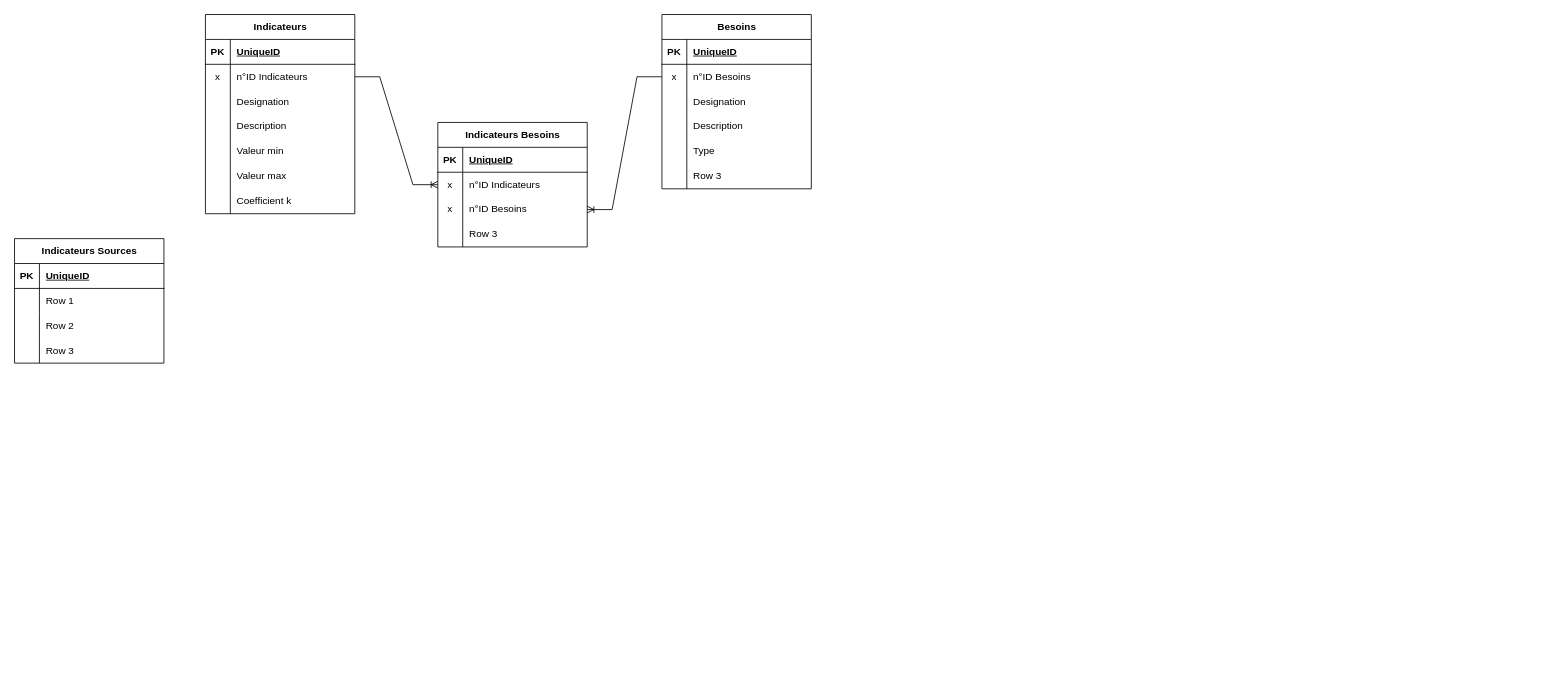
Earlier version of the draw.io diagram MCD Diag360.drawio (Konsilion/konsilion-drive). Source tidied: cells renumbered, new cells numbered last; positions are measured from the earlier drawing's top-left corner, leaving out a move shared by most shapes. Both pictures are drawn from the tidied source at 83%, with x=0, y=0 at pixel (14, 14).
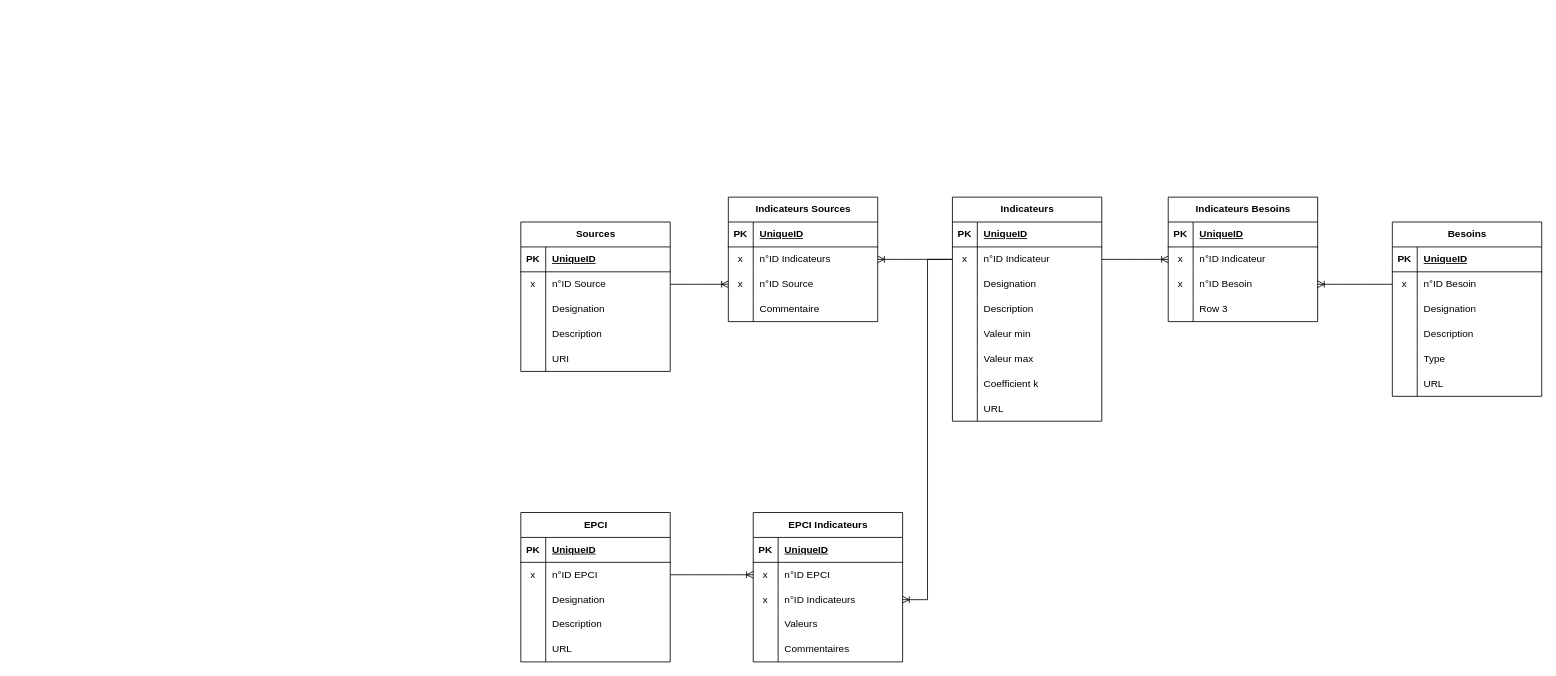
Above is the later version.

Commit message (it also covers changes not shown here):
Mettre à jour MCD Diag360.drawio

Unchanged cells that the change refers to:
```xml
<mxCell id="6" style="shape=tableRow;horizontal=0;startSize=0;swimlaneHead=0;swimlaneBody=0;fillColor=none;points=[[0,0.5],[1,0.5]];portConstraint=eastwest;top=0;left=0;right=0;bottom=0;" parent="2" vertex="1">
  <mxGeometry y="60" width="180" height="30" as="geometry" />
</mxCell>
<mxCell id="28" style="shape=tableRow;horizontal=0;startSize=0;swimlaneHead=0;swimlaneBody=0;fillColor=none;points=[[0,0.5],[1,0.5]];portConstraint=eastwest;top=0;left=0;right=0;bottom=0;" parent="24" vertex="1">
  <mxGeometry y="60" width="180" height="30" as="geometry" />
</mxCell>
<mxCell id="40" style="shape=tableRow;horizontal=0;startSize=0;swimlaneHead=0;swimlaneBody=0;fillColor=none;top=0;left=0;right=0;bottom=0;" parent="24" vertex="1">
  <mxGeometry y="180" width="180" height="30" as="geometry" />
</mxCell>
<mxCell id="47" style="shape=tableRow;horizontal=0;startSize=0;swimlaneHead=0;swimlaneBody=0;fillColor=none;points=[[0,0.5],[1,0.5]];portConstraint=eastwest;top=0;left=0;right=0;bottom=0;" parent="43" vertex="1">
  <mxGeometry y="60" width="180" height="30" as="geometry" />
</mxCell>
<mxCell id="50" style="shape=tableRow;horizontal=0;startSize=0;swimlaneHead=0;swimlaneBody=0;fillColor=none;points=[[0,0.5],[1,0.5]];portConstraint=eastwest;top=0;left=0;right=0;bottom=0;" parent="43" vertex="1">
  <mxGeometry y="90" width="180" height="30" as="geometry" />
</mxCell>
<mxCell id="60" style="shape=tableRow;horizontal=0;startSize=0;swimlaneHead=0;swimlaneBody=0;fillColor=none;points=[[0,0.5],[1,0.5]];portConstraint=eastwest;top=0;left=0;right=0;bottom=0;" parent="56" vertex="1">
  <mxGeometry y="60" width="180" height="30" as="geometry" />
</mxCell>
<mxCell id="63" style="shape=tableRow;horizontal=0;startSize=0;swimlaneHead=0;swimlaneBody=0;fillColor=none;points=[[0,0.5],[1,0.5]];portConstraint=eastwest;top=0;left=0;right=0;bottom=0;" parent="56" vertex="1">
  <mxGeometry y="90" width="180" height="30" as="geometry" />
</mxCell>
<mxCell id="66" style="shape=tableRow;horizontal=0;startSize=0;swimlaneHead=0;swimlaneBody=0;fillColor=none;top=0;left=0;right=0;bottom=0;" parent="56" vertex="1">
  <mxGeometry y="120" width="180" height="30" as="geometry" />
</mxCell>
```

The edit, as a diff of the source:
```diff
@@
     <mxCell id="2" value="Indicateurs" style="shape=table;startSize=30;childLayout=tableLayout;rowLines=0;fontStyle=1;align=center;html=1;" parent="1" vertex="1">
-      <mxGeometry x="230" width="180" height="240" as="geometry" />
+      <mxGeometry x="1130" y="220" width="180" height="270" as="geometry" />
     </mxCell>
@@
-    <mxCell id="8" value="n°ID Indicateurs" style="shape=partialRectangle;fillColor=none;top=0;left=0;bottom=0;right=0;align=left;spacingLeft=6;overflow=hidden;whiteSpace=wrap;html=1;" parent="6" vertex="1">
+    <mxCell id="8" value="n°ID Indicateur" style="shape=partialRectangle;fillColor=none;top=0;left=0;bottom=0;right=0;align=left;spacingLeft=6;overflow=hidden;whiteSpace=wrap;html=1;" parent="6" vertex="1">
       <mxGeometry x="30" width="150" height="30" as="geometry" />
     </mxCell>
@@
+    <mxCell id="71" style="shape=tableRow;horizontal=0;startSize=0;swimlaneHead=0;swimlaneBody=0;fillColor=none;top=0;left=0;right=0;bottom=0;" parent="2" vertex="1">
+      <mxGeometry y="240" width="180" height="30" as="geometry" />
+    </mxCell>
+    <mxCell id="72" style="shape=partialRectangle;fillColor=none;top=0;left=0;bottom=0;right=0;overflow=hidden;whiteSpace=wrap;html=1;" parent="71" vertex="1">
+      <mxGeometry width="30" height="30" as="geometry" />
+    </mxCell>
+    <mxCell id="73" value="URL" style="shape=partialRectangle;fillColor=none;top=0;left=0;bottom=0;right=0;align=left;spacingLeft=6;overflow=hidden;whiteSpace=wrap;html=1;" parent="71" vertex="1">
+      <mxGeometry x="30" width="150" height="30" as="geometry" />
+    </mxCell>
     <mxCell id="24" value="Besoins" style="shape=table;startSize=30;childLayout=tableLayout;rowLines=0;fontStyle=1;align=center;html=1;" parent="1" vertex="1">
-      <mxGeometry x="780" width="180" height="210" as="geometry" />
+      <mxGeometry x="1660" y="250" width="180" height="210" as="geometry" />
     </mxCell>
@@
-    <mxCell id="30" value="n°ID Besoins" style="shape=partialRectangle;fillColor=none;top=0;left=0;bottom=0;right=0;align=left;spacingLeft=6;overflow=hidden;whiteSpace=wrap;html=1;" parent="28" vertex="1">
+    <mxCell id="30" value="n°ID Besoin" style="shape=partialRectangle;fillColor=none;top=0;left=0;bottom=0;right=0;align=left;spacingLeft=6;overflow=hidden;whiteSpace=wrap;html=1;" parent="28" vertex="1">
       <mxGeometry x="30" width="150" height="30" as="geometry" />
     </mxCell>
@@
-    <mxCell id="42" value="Row 3" style="shape=partialRectangle;fillColor=none;top=0;left=0;bottom=0;right=0;align=left;spacingLeft=6;overflow=hidden;whiteSpace=wrap;html=1;" parent="40" vertex="1">
+    <mxCell id="42" value="URL" style="shape=partialRectangle;fillColor=none;top=0;left=0;bottom=0;right=0;align=left;spacingLeft=6;overflow=hidden;whiteSpace=wrap;html=1;" parent="40" vertex="1">
       <mxGeometry x="30" width="150" height="30" as="geometry" />
     </mxCell>
     <mxCell id="43" value="Indicateurs Besoins" style="shape=table;startSize=30;childLayout=tableLayout;rowLines=0;fontStyle=1;align=center;html=1;" parent="1" vertex="1">
-      <mxGeometry x="510" y="130" width="180" height="150" as="geometry" />
+      <mxGeometry x="1390" y="220" width="180" height="150" as="geometry" />
     </mxCell>
@@
-    <mxCell id="49" value="n°ID Indicateurs" style="shape=partialRectangle;fillColor=none;top=0;left=0;bottom=0;right=0;align=left;spacingLeft=6;overflow=hidden;whiteSpace=wrap;html=1;" parent="47" vertex="1">
+    <mxCell id="49" value="n°ID Indicateur" style="shape=partialRectangle;fillColor=none;top=0;left=0;bottom=0;right=0;align=left;spacingLeft=6;overflow=hidden;whiteSpace=wrap;html=1;" parent="47" vertex="1">
       <mxGeometry x="30" width="150" height="30" as="geometry" />
     </mxCell>
@@
-    <mxCell id="52" value="n°ID Besoins" style="shape=partialRectangle;fillColor=none;top=0;left=0;bottom=0;right=0;align=left;spacingLeft=6;overflow=hidden;whiteSpace=wrap;html=1;" parent="50" vertex="1">
+    <mxCell id="52" value="n°ID Besoin" style="shape=partialRectangle;fillColor=none;top=0;left=0;bottom=0;right=0;align=left;spacingLeft=6;overflow=hidden;whiteSpace=wrap;html=1;" parent="50" vertex="1">
       <mxGeometry x="30" width="150" height="30" as="geometry" />
     </mxCell>
@@
     <mxCell id="56" value="Indicateurs Sources" style="shape=table;startSize=30;childLayout=tableLayout;rowLines=0;fontStyle=1;align=center;html=1;" parent="1" vertex="1">
-      <mxGeometry y="270" width="180" height="150" as="geometry" />
+      <mxGeometry x="860" y="220" width="180" height="150" as="geometry" />
     </mxCell>
@@
-    <mxCell id="61" style="shape=partialRectangle;fillColor=none;top=0;left=0;bottom=0;right=0;overflow=hidden;whiteSpace=wrap;html=1;" parent="60" vertex="1">
+    <mxCell id="61" value="x" style="shape=partialRectangle;fillColor=none;top=0;left=0;bottom=0;right=0;overflow=hidden;whiteSpace=wrap;html=1;" parent="60" vertex="1">
       <mxGeometry width="30" height="30" as="geometry" />
     </mxCell>
-    <mxCell id="62" value="Row 1" style="shape=partialRectangle;fillColor=none;top=0;left=0;bottom=0;right=0;align=left;spacingLeft=6;overflow=hidden;whiteSpace=wrap;html=1;" parent="60" vertex="1">
+    <mxCell id="62" value="n°ID Indicateurs" style="shape=partialRectangle;fillColor=none;top=0;left=0;bottom=0;right=0;align=left;spacingLeft=6;overflow=hidden;whiteSpace=wrap;html=1;" parent="60" vertex="1">
       <mxGeometry x="30" width="150" height="30" as="geometry" />
     </mxCell>
@@
-    <mxCell id="64" style="shape=partialRectangle;fillColor=none;top=0;left=0;bottom=0;right=0;overflow=hidden;whiteSpace=wrap;html=1;" parent="63" vertex="1">
+    <mxCell id="64" value="x" style="shape=partialRectangle;fillColor=none;top=0;left=0;bottom=0;right=0;overflow=hidden;whiteSpace=wrap;html=1;" parent="63" vertex="1">
       <mxGeometry width="30" height="30" as="geometry" />
     </mxCell>
-    <mxCell id="65" value="Row 2" style="shape=partialRectangle;fillColor=none;top=0;left=0;bottom=0;right=0;align=left;spacingLeft=6;overflow=hidden;whiteSpace=wrap;html=1;" parent="63" vertex="1">
+    <mxCell id="65" value="n°ID Source" style="shape=partialRectangle;fillColor=none;top=0;left=0;bottom=0;right=0;align=left;spacingLeft=6;overflow=hidden;whiteSpace=wrap;html=1;" parent="63" vertex="1">
       <mxGeometry x="30" width="150" height="30" as="geometry" />
     </mxCell>
@@
-    <mxCell id="68" value="Row 3" style="shape=partialRectangle;fillColor=none;top=0;left=0;bottom=0;right=0;align=left;spacingLeft=6;overflow=hidden;whiteSpace=wrap;html=1;" parent="66" vertex="1">
+    <mxCell id="68" value="Commentaire" style="shape=partialRectangle;fillColor=none;top=0;left=0;bottom=0;right=0;align=left;spacingLeft=6;overflow=hidden;whiteSpace=wrap;html=1;" parent="66" vertex="1">
       <mxGeometry x="30" width="150" height="30" as="geometry" />
     </mxCell>
@@
+    <mxCell id="74" value="Sources" style="shape=table;startSize=30;childLayout=tableLayout;rowLines=0;fontStyle=1;align=center;html=1;" parent="1" vertex="1">
+      <mxGeometry x="610" y="250" width="180" height="180" as="geometry" />
+    </mxCell>
+    <mxCell id="75" style="shape=tableRow;horizontal=0;startSize=0;swimlaneHead=0;swimlaneBody=0;fillColor=none;top=0;left=0;right=0;bottom=1;" parent="74" vertex="1">
+      <mxGeometry y="30" width="180" height="30" as="geometry" />
+    </mxCell>
+    <mxCell id="76" value="PK" style="shape=partialRectangle;fillColor=none;top=0;left=0;bottom=0;right=0;fontStyle=1;overflow=hidden;whiteSpace=wrap;html=1;" parent="75" vertex="1">
+      <mxGeometry width="30" height="30" as="geometry" />
+    </mxCell>
+    <mxCell id="77" value="UniqueID" style="shape=partialRectangle;fillColor=none;top=0;left=0;bottom=0;right=0;align=left;spacingLeft=6;fontStyle=5;overflow=hidden;whiteSpace=wrap;html=1;" parent="75" vertex="1">
+      <mxGeometry x="30" width="150" height="30" as="geometry" />
+    </mxCell>
+    <mxCell id="78" style="shape=tableRow;horizontal=0;startSize=0;swimlaneHead=0;swimlaneBody=0;fillColor=none;points=[[0,0.5],[1,0.5]];portConstraint=eastwest;top=0;left=0;right=0;bottom=0;" parent="74" vertex="1">
+      <mxGeometry y="60" width="180" height="30" as="geometry" />
+    </mxCell>
+    <mxCell id="79" value="x" style="shape=partialRectangle;fillColor=none;top=0;left=0;bottom=0;right=0;overflow=hidden;whiteSpace=wrap;html=1;" parent="78" vertex="1">
+      <mxGeometry width="30" height="30" as="geometry" />
+    </mxCell>
+    <mxCell id="80" value="n°ID Source" style="shape=partialRectangle;fillColor=none;top=0;left=0;bottom=0;right=0;align=left;spacingLeft=6;overflow=hidden;whiteSpace=wrap;html=1;" parent="78" vertex="1">
+      <mxGeometry x="30" width="150" height="30" as="geometry" />
+    </mxCell>
+    <mxCell id="81" style="shape=tableRow;horizontal=0;startSize=0;swimlaneHead=0;swimlaneBody=0;fillColor=none;top=0;left=0;right=0;bottom=0;" parent="74" vertex="1">
+      <mxGeometry y="90" width="180" height="30" as="geometry" />
+    </mxCell>
+    <mxCell id="82" style="shape=partialRectangle;fillColor=none;top=0;left=0;bottom=0;right=0;overflow=hidden;whiteSpace=wrap;html=1;" parent="81" vertex="1">
+      <mxGeometry width="30" height="30" as="geometry" />
+    </mxCell>
+    <mxCell id="83" value="Designation" style="shape=partialRectangle;fillColor=none;top=0;left=0;bottom=0;right=0;align=left;spacingLeft=6;overflow=hidden;whiteSpace=wrap;html=1;" parent="81" vertex="1">
+      <mxGeometry x="30" width="150" height="30" as="geometry" />
+    </mxCell>
+    <mxCell id="84" style="shape=tableRow;horizontal=0;startSize=0;swimlaneHead=0;swimlaneBody=0;fillColor=none;top=0;left=0;right=0;bottom=0;" parent="74" vertex="1">
+      <mxGeometry y="120" width="180" height="30" as="geometry" />
+    </mxCell>
+    <mxCell id="85" style="shape=partialRectangle;fillColor=none;top=0;left=0;bottom=0;right=0;overflow=hidden;whiteSpace=wrap;html=1;" parent="84" vertex="1">
+      <mxGeometry width="30" height="30" as="geometry" />
+    </mxCell>
+    <mxCell id="86" value="Description" style="shape=partialRectangle;fillColor=none;top=0;left=0;bottom=0;right=0;align=left;spacingLeft=6;overflow=hidden;whiteSpace=wrap;html=1;" parent="84" vertex="1">
+      <mxGeometry x="30" width="150" height="30" as="geometry" />
+    </mxCell>
+    <mxCell id="87" style="shape=tableRow;horizontal=0;startSize=0;swimlaneHead=0;swimlaneBody=0;fillColor=none;top=0;left=0;right=0;bottom=0;" parent="74" vertex="1">
+      <mxGeometry y="150" width="180" height="30" as="geometry" />
+    </mxCell>
+    <mxCell id="88" style="shape=partialRectangle;fillColor=none;top=0;left=0;bottom=0;right=0;overflow=hidden;whiteSpace=wrap;html=1;" parent="87" vertex="1">
+      <mxGeometry width="30" height="30" as="geometry" />
+    </mxCell>
+    <mxCell id="89" value="URI" style="shape=partialRectangle;fillColor=none;top=0;left=0;bottom=0;right=0;align=left;spacingLeft=6;overflow=hidden;whiteSpace=wrap;html=1;" parent="87" vertex="1">
+      <mxGeometry x="30" width="150" height="30" as="geometry" />
+    </mxCell>
+    <mxCell id="90" style="edgeStyle=entityRelationEdgeStyle;fontSize=12;html=1;endArrow=ERoneToMany;rounded=0;exitX=0;exitY=0.5;exitDx=0;exitDy=0;entryX=1;entryY=0.5;entryDx=0;entryDy=0;" parent="1" edge="1" source="6" target="60">
+      <mxGeometry relative="1" as="geometry" />
+    </mxCell>
+    <mxCell id="91" style="edgeStyle=entityRelationEdgeStyle;fontSize=12;html=1;endArrow=ERoneToMany;rounded=0;exitX=1;exitY=0.5;exitDx=0;exitDy=0;entryX=0;entryY=0.5;entryDx=0;entryDy=0;" parent="1" edge="1" source="78" target="63">
+      <mxGeometry relative="1" as="geometry" />
+    </mxCell>
+    <mxCell id="92" value="EPCI" style="shape=table;startSize=30;childLayout=tableLayout;rowLines=0;fontStyle=1;align=center;html=1;" parent="1" vertex="1">
+      <mxGeometry x="610" y="600" width="180" height="180" as="geometry" />
+    </mxCell>
+    <mxCell id="93" style="shape=tableRow;horizontal=0;startSize=0;swimlaneHead=0;swimlaneBody=0;fillColor=none;top=0;left=0;right=0;bottom=1;" parent="92" vertex="1">
+      <mxGeometry y="30" width="180" height="30" as="geometry" />
+    </mxCell>
+    <mxCell id="94" value="PK" style="shape=partialRectangle;fillColor=none;top=0;left=0;bottom=0;right=0;fontStyle=1;overflow=hidden;whiteSpace=wrap;html=1;" parent="93" vertex="1">
+      <mxGeometry width="30" height="30" as="geometry" />
+    </mxCell>
+    <mxCell id="95" value="UniqueID" style="shape=partialRectangle;fillColor=none;top=0;left=0;bottom=0;right=0;align=left;spacingLeft=6;fontStyle=5;overflow=hidden;whiteSpace=wrap;html=1;" parent="93" vertex="1">
+      <mxGeometry x="30" width="150" height="30" as="geometry" />
+    </mxCell>
+    <mxCell id="96" style="shape=tableRow;horizontal=0;startSize=0;swimlaneHead=0;swimlaneBody=0;fillColor=none;points=[[0,0.5],[1,0.5]];portConstraint=eastwest;top=0;left=0;right=0;bottom=0;" parent="92" vertex="1">
+      <mxGeometry y="60" width="180" height="30" as="geometry" />
+    </mxCell>
+    <mxCell id="97" value="x" style="shape=partialRectangle;fillColor=none;top=0;left=0;bottom=0;right=0;overflow=hidden;whiteSpace=wrap;html=1;" parent="96" vertex="1">
+      <mxGeometry width="30" height="30" as="geometry" />
+    </mxCell>
+    <mxCell id="98" value="n°ID EPCI" style="shape=partialRectangle;fillColor=none;top=0;left=0;bottom=0;right=0;align=left;spacingLeft=6;overflow=hidden;whiteSpace=wrap;html=1;" parent="96" vertex="1">
+      <mxGeometry x="30" width="150" height="30" as="geometry" />
+    </mxCell>
+    <mxCell id="99" style="shape=tableRow;horizontal=0;startSize=0;swimlaneHead=0;swimlaneBody=0;fillColor=none;top=0;left=0;right=0;bottom=0;" parent="92" vertex="1">
+      <mxGeometry y="90" width="180" height="30" as="geometry" />
+    </mxCell>
+    <mxCell id="100" style="shape=partialRectangle;fillColor=none;top=0;left=0;bottom=0;right=0;overflow=hidden;whiteSpace=wrap;html=1;" parent="99" vertex="1">
+      <mxGeometry width="30" height="30" as="geometry" />
+    </mxCell>
+    <mxCell id="101" value="Designation" style="shape=partialRectangle;fillColor=none;top=0;left=0;bottom=0;right=0;align=left;spacingLeft=6;overflow=hidden;whiteSpace=wrap;html=1;" parent="99" vertex="1">
+      <mxGeometry x="30" width="150" height="30" as="geometry" />
+    </mxCell>
+    <mxCell id="102" style="shape=tableRow;horizontal=0;startSize=0;swimlaneHead=0;swimlaneBody=0;fillColor=none;top=0;left=0;right=0;bottom=0;" parent="92" vertex="1">
+      <mxGeometry y="120" width="180" height="30" as="geometry" />
+    </mxCell>
+    <mxCell id="103" style="shape=partialRectangle;fillColor=none;top=0;left=0;bottom=0;right=0;overflow=hidden;whiteSpace=wrap;html=1;" parent="102" vertex="1">
+      <mxGeometry width="30" height="30" as="geometry" />
+    </mxCell>
+    <mxCell id="104" value="Description" style="shape=partialRectangle;fillColor=none;top=0;left=0;bottom=0;right=0;align=left;spacingLeft=6;overflow=hidden;whiteSpace=wrap;html=1;" parent="102" vertex="1">
+      <mxGeometry x="30" width="150" height="30" as="geometry" />
+    </mxCell>
+    <mxCell id="105" style="shape=tableRow;horizontal=0;startSize=0;swimlaneHead=0;swimlaneBody=0;fillColor=none;top=0;left=0;right=0;bottom=0;" parent="92" vertex="1">
+      <mxGeometry y="150" width="180" height="30" as="geometry" />
+    </mxCell>
+    <mxCell id="106" style="shape=partialRectangle;fillColor=none;top=0;left=0;bottom=0;right=0;overflow=hidden;whiteSpace=wrap;html=1;" parent="105" vertex="1">
+      <mxGeometry width="30" height="30" as="geometry" />
+    </mxCell>
+    <mxCell id="107" value="URL" style="shape=partialRectangle;fillColor=none;top=0;left=0;bottom=0;right=0;align=left;spacingLeft=6;overflow=hidden;whiteSpace=wrap;html=1;" parent="105" vertex="1">
+      <mxGeometry x="30" width="150" height="30" as="geometry" />
+    </mxCell>
+    <mxCell id="108" value="EPCI Indicateurs" style="shape=table;startSize=30;childLayout=tableLayout;rowLines=0;fontStyle=1;align=center;html=1;" parent="1" vertex="1">
+      <mxGeometry x="890" y="600" width="180" height="180" as="geometry" />
+    </mxCell>
+    <mxCell id="109" style="shape=tableRow;horizontal=0;startSize=0;swimlaneHead=0;swimlaneBody=0;fillColor=none;top=0;left=0;right=0;bottom=1;" parent="108" vertex="1">
+      <mxGeometry y="30" width="180" height="30" as="geometry" />
+    </mxCell>
+    <mxCell id="110" value="PK" style="shape=partialRectangle;fillColor=none;top=0;left=0;bottom=0;right=0;fontStyle=1;overflow=hidden;whiteSpace=wrap;html=1;" parent="109" vertex="1">
+      <mxGeometry width="30" height="30" as="geometry" />
+    </mxCell>
+    <mxCell id="111" value="UniqueID" style="shape=partialRectangle;fillColor=none;top=0;left=0;bottom=0;right=0;align=left;spacingLeft=6;fontStyle=5;overflow=hidden;whiteSpace=wrap;html=1;" parent="109" vertex="1">
+      <mxGeometry x="30" width="150" height="30" as="geometry" />
+    </mxCell>
+    <mxCell id="112" style="shape=tableRow;horizontal=0;startSize=0;swimlaneHead=0;swimlaneBody=0;fillColor=none;points=[[0,0.5],[1,0.5]];portConstraint=eastwest;top=0;left=0;right=0;bottom=0;" parent="108" vertex="1">
+      <mxGeometry y="60" width="180" height="30" as="geometry" />
+    </mxCell>
+    <mxCell id="113" value="x" style="shape=partialRectangle;fillColor=none;top=0;left=0;bottom=0;right=0;overflow=hidden;whiteSpace=wrap;html=1;" parent="112" vertex="1">
+      <mxGeometry width="30" height="30" as="geometry" />
+    </mxCell>
+    <mxCell id="114" value="n°ID EPCI" style="shape=partialRectangle;fillColor=none;top=0;left=0;bottom=0;right=0;align=left;spacingLeft=6;overflow=hidden;whiteSpace=wrap;html=1;" parent="112" vertex="1">
+      <mxGeometry x="30" width="150" height="30" as="geometry" />
+    </mxCell>
+    <mxCell id="115" style="shape=tableRow;horizontal=0;startSize=0;swimlaneHead=0;swimlaneBody=0;fillColor=none;points=[[0,0.5],[1,0.5]];portConstraint=eastwest;top=0;left=0;right=0;bottom=0;" parent="108" vertex="1">
+      <mxGeometry y="90" width="180" height="30" as="geometry" />
+    </mxCell>
+    <mxCell id="116" value="x" style="shape=partialRectangle;fillColor=none;top=0;left=0;bottom=0;right=0;overflow=hidden;whiteSpace=wrap;html=1;" parent="115" vertex="1">
+      <mxGeometry width="30" height="30" as="geometry" />
+    </mxCell>
+    <mxCell id="117" value="n°ID Indicateurs" style="shape=partialRectangle;fillColor=none;top=0;left=0;bottom=0;right=0;align=left;spacingLeft=6;overflow=hidden;whiteSpace=wrap;html=1;" parent="115" vertex="1">
+      <mxGeometry x="30" width="150" height="30" as="geometry" />
+    </mxCell>
+    <mxCell id="118" style="shape=tableRow;horizontal=0;startSize=0;swimlaneHead=0;swimlaneBody=0;fillColor=none;top=0;left=0;right=0;bottom=0;" parent="108" vertex="1">
+      <mxGeometry y="120" width="180" height="30" as="geometry" />
+    </mxCell>
+    <mxCell id="119" style="shape=partialRectangle;fillColor=none;top=0;left=0;bottom=0;right=0;overflow=hidden;whiteSpace=wrap;html=1;" parent="118" vertex="1">
+      <mxGeometry width="30" height="30" as="geometry" />
+    </mxCell>
+    <mxCell id="120" value="Valeurs" style="shape=partialRectangle;fillColor=none;top=0;left=0;bottom=0;right=0;align=left;spacingLeft=6;overflow=hidden;whiteSpace=wrap;html=1;" parent="118" vertex="1">
+      <mxGeometry x="30" width="150" height="30" as="geometry" />
+    </mxCell>
+    <mxCell id="121" style="shape=tableRow;horizontal=0;startSize=0;swimlaneHead=0;swimlaneBody=0;fillColor=none;top=0;left=0;right=0;bottom=0;" parent="108" vertex="1">
+      <mxGeometry y="150" width="180" height="30" as="geometry" />
+    </mxCell>
+    <mxCell id="122" style="shape=partialRectangle;fillColor=none;top=0;left=0;bottom=0;right=0;overflow=hidden;whiteSpace=wrap;html=1;" parent="121" vertex="1">
+      <mxGeometry width="30" height="30" as="geometry" />
+    </mxCell>
+    <mxCell id="123" value="Commentaires" style="shape=partialRectangle;fillColor=none;top=0;left=0;bottom=0;right=0;align=left;spacingLeft=6;overflow=hidden;whiteSpace=wrap;html=1;" parent="121" vertex="1">
+      <mxGeometry x="30" width="150" height="30" as="geometry" />
+    </mxCell>
+    <mxCell id="124" style="edgeStyle=entityRelationEdgeStyle;fontSize=12;html=1;endArrow=ERoneToMany;rounded=0;exitX=1;exitY=0.5;exitDx=0;exitDy=0;entryX=0;entryY=0.5;entryDx=0;entryDy=0;" parent="1" edge="1" source="96" target="112">
+      <mxGeometry relative="1" as="geometry" />
+    </mxCell>
+    <mxCell id="125" style="edgeStyle=entityRelationEdgeStyle;fontSize=12;html=1;endArrow=ERoneToMany;rounded=0;exitX=0;exitY=0.5;exitDx=0;exitDy=0;entryX=1;entryY=0.5;entryDx=0;entryDy=0;" parent="1" edge="1" source="6" target="115">
+      <mxGeometry relative="1" as="geometry" />
+    </mxCell>
```
